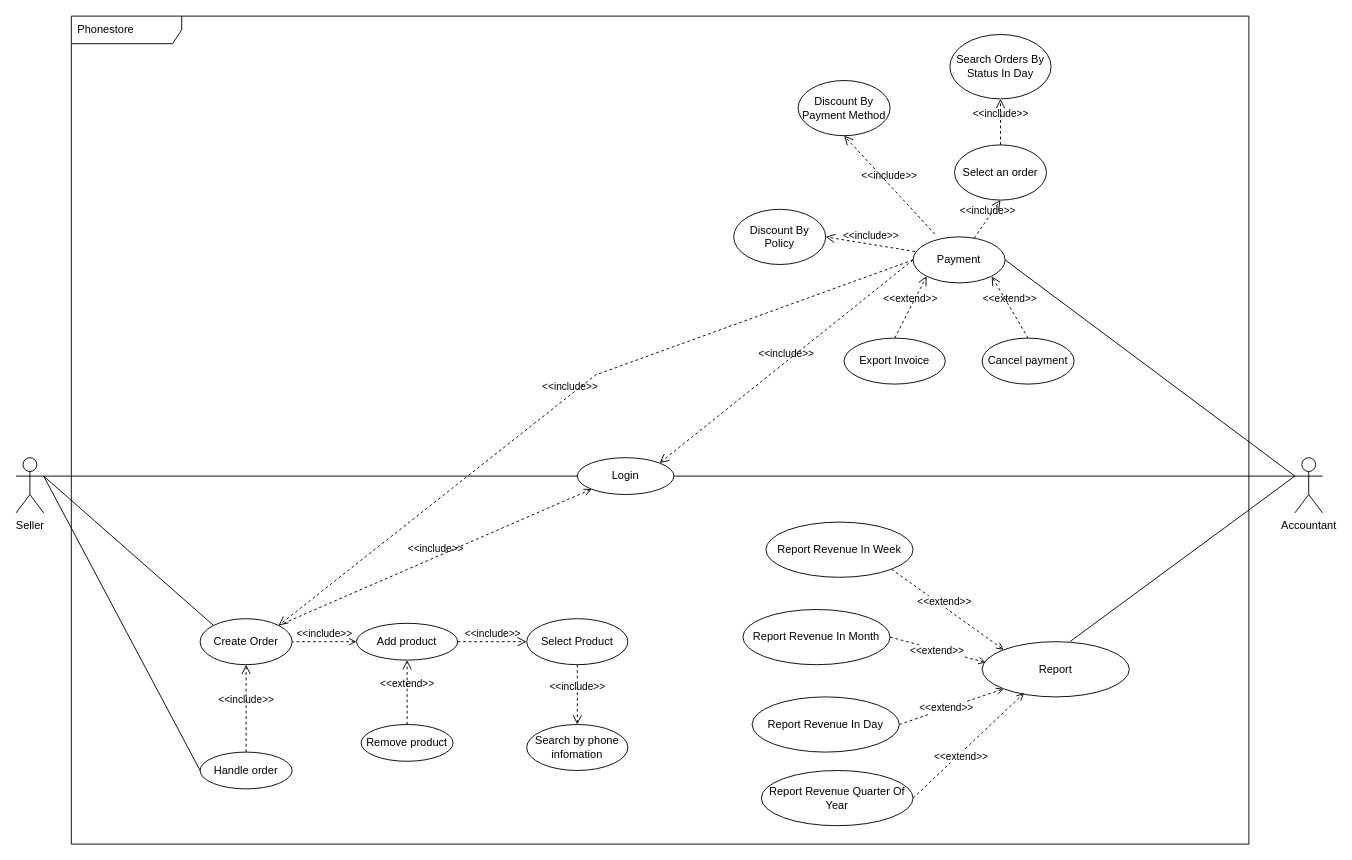
Earlier version of the draw.io diagram page "UseCase" (1 of 6) of PhoneStore.drawio (anPf1121/ThreeLayerConsole). Source tidied: cells renumbered, new cells numbered last; positions are measured from the earlier drawing's top-left corner, leaving out a move shared by most shapes. Both pictures are drawn from the tidied source at 92%, with x=0, y=0 at pixel (16, 16).
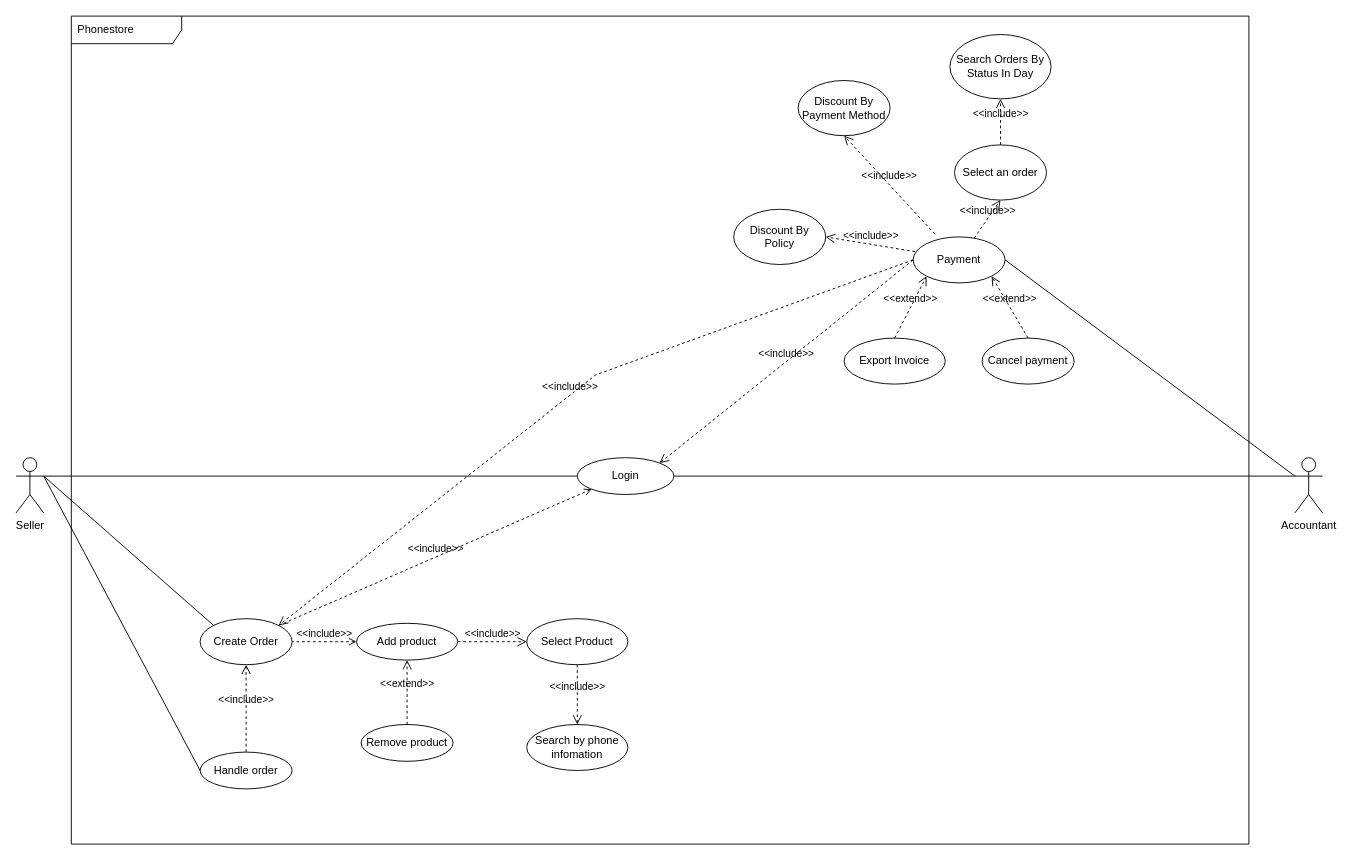
Above is the later version.

Unchanged cells that the change refers to:
```xml
<mxCell id="2" value="Accountant" style="shape=umlActor;verticalLabelPosition=bottom;verticalAlign=top;html=1;outlineConnect=0;" parent="1" vertex="1">
  <mxGeometry x="1390" y="480" width="30" height="60" as="geometry" />
</mxCell>
```

The edit, as a diff of the source:
```diff
@@
-    <mxCell id="26" style="endArrow=none;html=1;rounded=0;entryX=0;entryY=0.3333333333333333;entryDx=0;entryDy=0;entryPerimeter=0;exitX=0.599;exitY=-0.006;exitDx=0;exitDy=0;exitPerimeter=0;" parent="1" edge="1" source="43" target="2">
-      <mxGeometry relative="1" as="geometry" />
-    </mxCell>
@@
-    <mxCell id="39" style="edgeStyle=none;html=1;exitX=1;exitY=0.5;exitDx=0;exitDy=0;entryX=0;entryY=1;entryDx=0;entryDy=0;dashed=1;endArrow=open;endFill=0;" parent="1" edge="1" source="41" target="43">
-      <mxGeometry relative="1" as="geometry" />
-    </mxCell>
-    <mxCell id="40" value="&amp;lt;&amp;lt;extend&amp;gt;&amp;gt;" style="edgeLabel;html=1;align=center;verticalAlign=middle;" parent="39" vertex="1">
-      <mxGeometry x="-0.25" y="4" relative="1" as="geometry">
-        <mxPoint x="9" as="offset" />
-      </mxGeometry>
-    </mxCell>
-    <mxCell id="41" value="Report Revenue In Day" style="ellipse;whiteSpace=wrap;html=1;" parent="1" vertex="1">
-      <mxGeometry x="800" y="740" width="160" height="60" as="geometry" />
-    </mxCell>
@@
-    <mxCell id="43" value="Report" style="ellipse;whiteSpace=wrap;html=1;" parent="1" vertex="1">
-      <mxGeometry x="1050" y="680" width="160" height="60" as="geometry" />
-    </mxCell>
-    <mxCell id="44" style="edgeStyle=none;html=1;exitX=1;exitY=0.5;exitDx=0;exitDy=0;entryX=0.026;entryY=0.378;entryDx=0;entryDy=0;entryPerimeter=0;dashed=1;endArrow=open;endFill=0;" parent="1" edge="1" source="46" target="43">
-      <mxGeometry relative="1" as="geometry" />
-    </mxCell>
-    <mxCell id="45" value="&amp;lt;&amp;lt;extend&amp;gt;&amp;gt;" style="edgeLabel;html=1;align=center;verticalAlign=middle;" parent="44" vertex="1">
-      <mxGeometry x="-0.3" y="-1" relative="1" as="geometry">
-        <mxPoint x="14" y="4" as="offset" />
-      </mxGeometry>
-    </mxCell>
-    <mxCell id="46" value="Report Revenue In Month" style="ellipse;whiteSpace=wrap;html=1;" parent="1" vertex="1">
-      <mxGeometry x="790" y="645" width="160" height="60" as="geometry" />
-    </mxCell>
-    <mxCell id="47" value="Report Revenue Quarter Of Year" style="ellipse;whiteSpace=wrap;html=1;" parent="1" vertex="1">
-      <mxGeometry x="810" y="820" width="165" height="60" as="geometry" />
-    </mxCell>
-    <mxCell id="48" style="edgeStyle=none;html=1;exitX=1;exitY=0.5;exitDx=0;exitDy=0;entryX=0.285;entryY=0.931;entryDx=0;entryDy=0;dashed=1;endArrow=open;endFill=0;entryPerimeter=0;" parent="1" edge="1" source="47" target="43">
-      <mxGeometry relative="1" as="geometry" />
-    </mxCell>
-    <mxCell id="49" value="&amp;lt;&amp;lt;extend&amp;gt;&amp;gt;" style="edgeLabel;html=1;align=center;verticalAlign=middle;" parent="48" vertex="1">
-      <mxGeometry x="-0.25" y="4" relative="1" as="geometry">
-        <mxPoint x="9" as="offset" />
-      </mxGeometry>
-    </mxCell>
-    <mxCell id="50" value="Report Revenue In Week" style="ellipse;whiteSpace=wrap;html=1;" parent="1" vertex="1">
-      <mxGeometry x="815" y="550" width="160" height="60" as="geometry" />
-    </mxCell>
-    <mxCell id="51" style="edgeStyle=none;html=1;exitX=1;exitY=1;exitDx=0;exitDy=0;entryX=0;entryY=0;entryDx=0;entryDy=0;dashed=1;endArrow=open;endFill=0;" parent="1" edge="1" source="50" target="43">
-      <mxGeometry relative="1" as="geometry" />
-    </mxCell>
-    <mxCell id="52" value="&amp;lt;&amp;lt;extend&amp;gt;&amp;gt;" style="edgeLabel;html=1;align=center;verticalAlign=middle;" parent="51" vertex="1">
-      <mxGeometry x="-0.3" y="-1" relative="1" as="geometry">
-        <mxPoint x="14" y="4" as="offset" />
-      </mxGeometry>
-    </mxCell>
```
